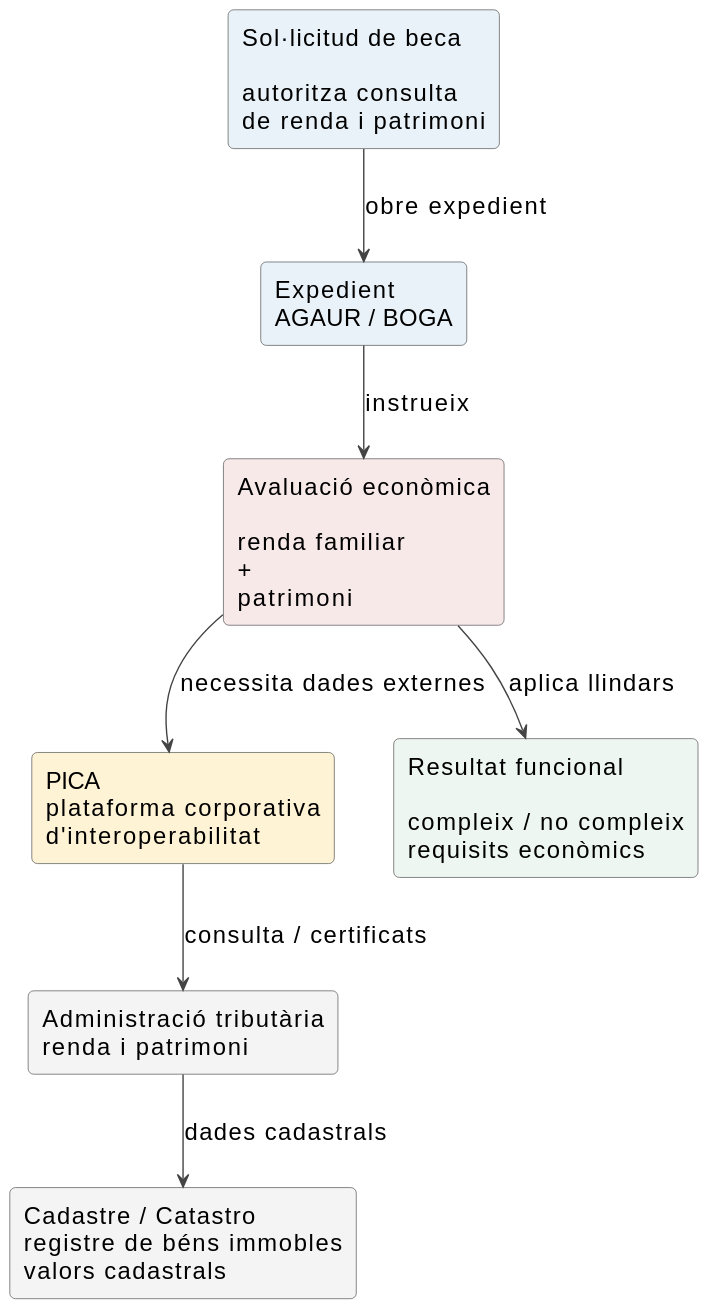
The PlantUML diagram doc/presentations/defensa-placa-permanent-dsi-ports-sortida-hexagonal/diagrams/rendered/agaur-data-interoperability.svg in alfredorueda/HexaStock, before a commit.
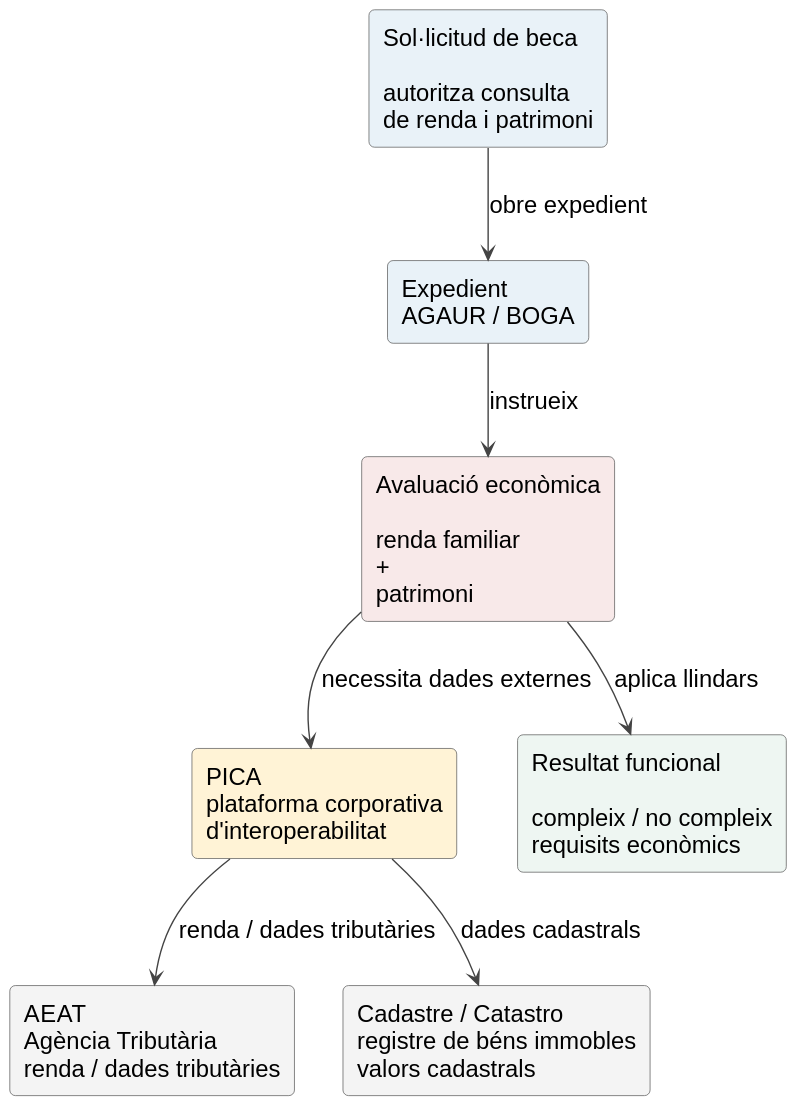
The same file after the commit.

Diff of the diagram source:
```diff
@@ -15,14 +15,14 @@
 rectangle "Expedient\nAGAUR / BOGA" as EXP #E9F2F8
 rectangle "Avaluació econòmica\n\nrenda familiar\n+\npatrimoni" as EVAL #F8E9E9
 rectangle "PICA\nplataforma corporativa\nd'interoperabilitat" as PICA #FFF3D6
-rectangle "Administració tributària\nrenda i patrimoni" as AEAT #F4F4F4
+rectangle "AEAT\nAgència Tributària\nrenda / dades tributàries" as AEAT #F4F4F4
 rectangle "Cadastre / Catastro\nregistre de béns immobles\nvalors cadastrals" as CAD #F4F4F4
 rectangle "Resultat funcional\n\ncompleix / no compleix\nrequisits econòmics" as RESULT #EEF6F2
 
 SOL --> EXP : obre expedient
 EXP --> EVAL : instrueix
 EVAL --> PICA : necessita dades externes
-PICA --> AEAT : consulta / certificats
-AEAT --> CAD : dades cadastrals
+PICA --> AEAT : renda / dades tributàries
+PICA --> CAD : dades cadastrals
 EVAL --> RESULT : aplica llindars
 @enduml
```
